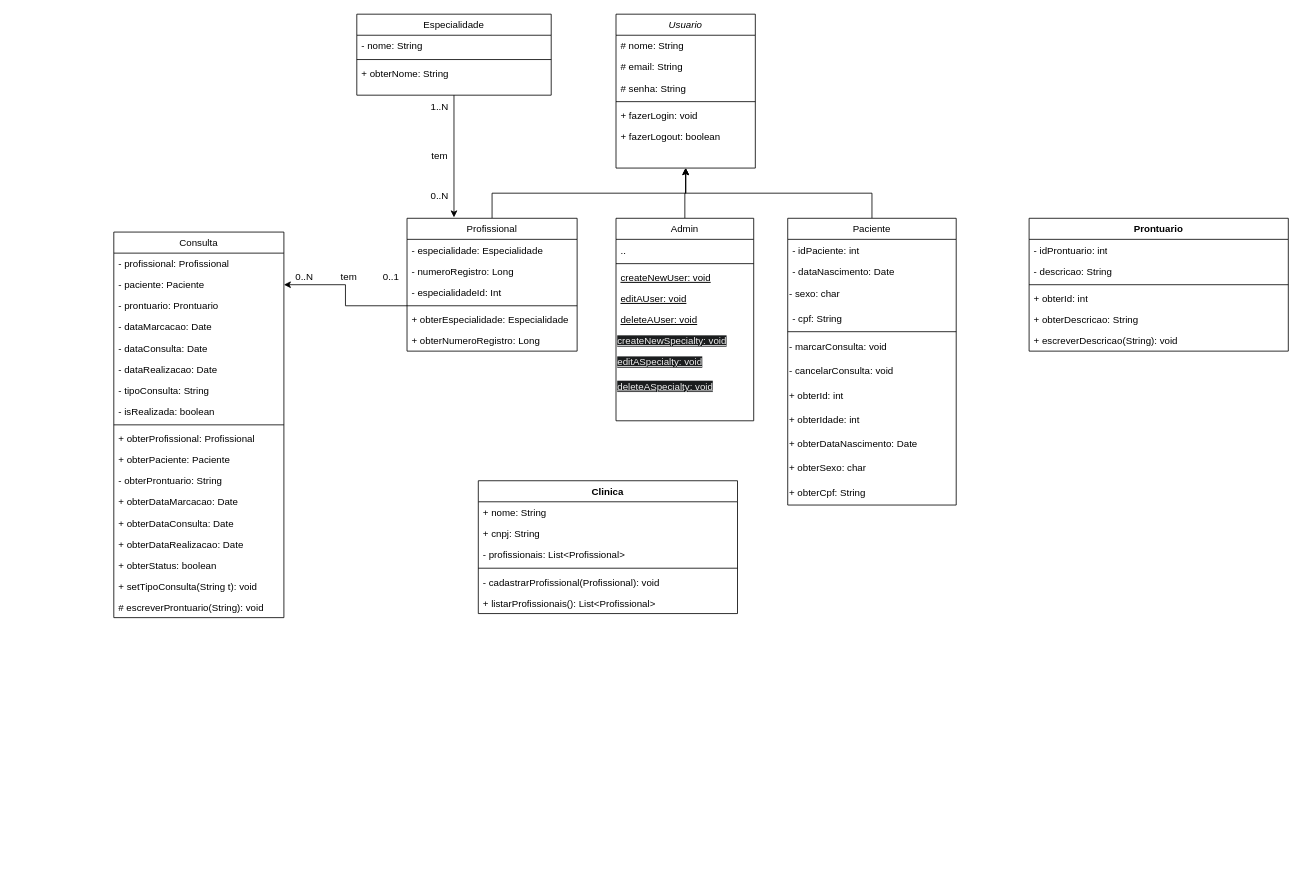
the-bugs/medcheck-backend-js keeps this draw.io diagram as doc/diagrama/medcheck.drawio. Above is the earlier version. Source tidied: cells renumbered, new cells numbered last; positions are measured from the earlier drawing's top-left corner, leaving out a move shared by most shapes. Both pictures are drawn from the tidied source at 81%, with x=0, y=0 at pixel (113, 14).
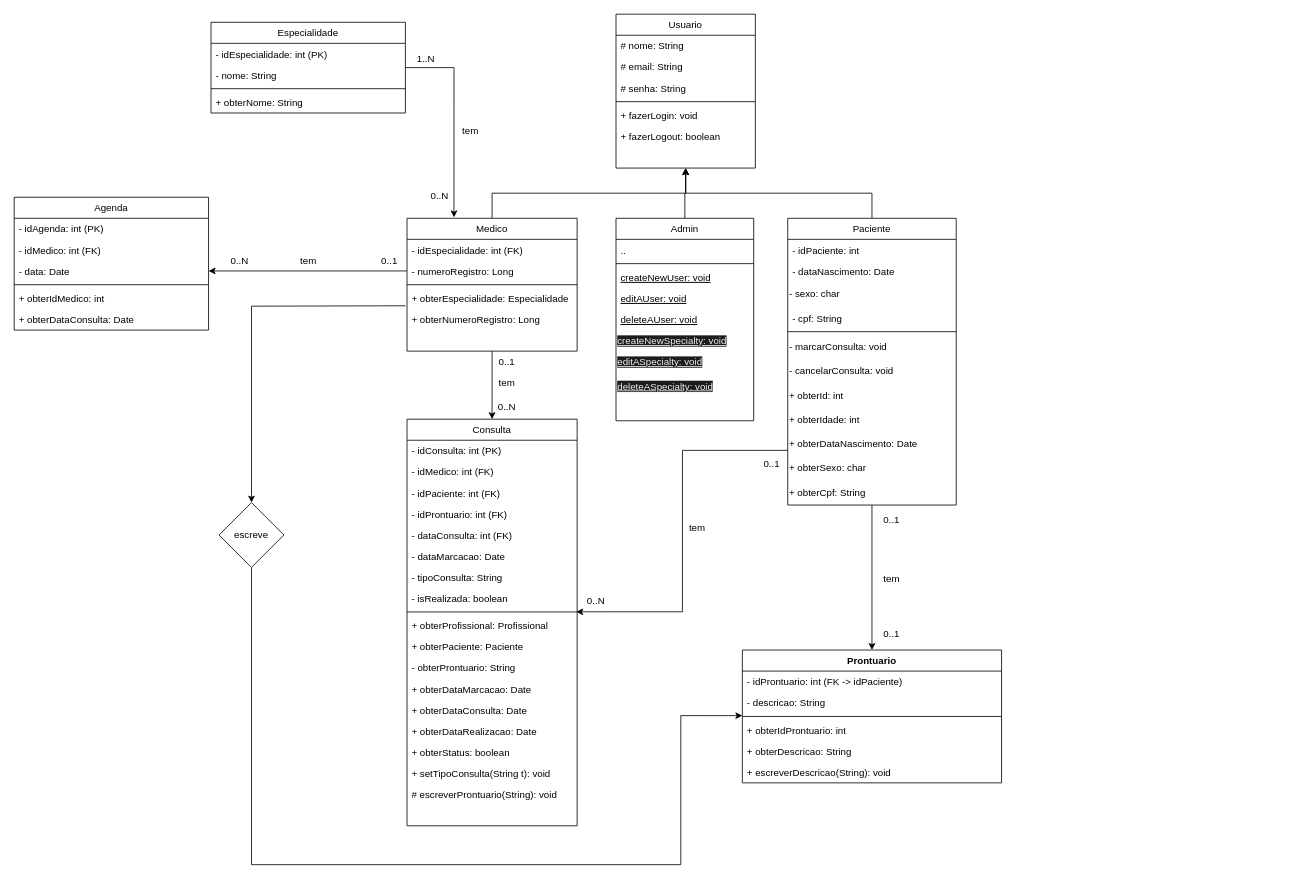
The same diagram, later.

Commit message (it also covers changes not shown here):
doc: Atualiza diagrama

The change refers to these unchanged cells:
```xml
<mxCell id="12" value="- numeroRegistro: Long" style="text;align=left;verticalAlign=top;spacingLeft=4;spacingRight=4;overflow=hidden;points=[[0,0.5],[1,0.5]];portConstraint=eastwest;" parent="10" vertex="1">
  <mxGeometry y="52" width="210" height="26" as="geometry" />
</mxCell>
<mxCell id="28" value="+ obterDataNascimento: Date" style="text;strokeColor=none;align=left;fillColor=none;html=1;verticalAlign=middle;whiteSpace=wrap;rounded=0;" parent="18" vertex="1">
  <mxGeometry y="264" width="208" height="30" as="geometry" />
</mxCell>
<mxCell id="30" value="+ obterCpf: String" style="text;strokeColor=none;align=left;fillColor=none;html=1;verticalAlign=middle;whiteSpace=wrap;rounded=0;" parent="18" vertex="1">
  <mxGeometry y="324" width="208" height="30" as="geometry" />
</mxCell>
<mxCell id="49" value="- isRealizada: boolean" style="text;align=left;verticalAlign=top;spacingLeft=4;spacingRight=4;overflow=hidden;points=[[0,0.5],[1,0.5]];portConstraint=eastwest;rounded=0;shadow=0;html=0;" parent="41" vertex="1">
  <mxGeometry y="208" width="210" height="26" as="geometry" />
</mxCell>
```

Change to the diagram source:
```diff
@@
-    <mxCell id="2" value="Usuario" style="swimlane;fontStyle=2;align=center;verticalAlign=top;horizontal=1;startSize=26;rounded=0;shadow=0;strokeWidth=1;" parent="1" vertex="1">
+    <mxCell id="2" value="Usuario" style="swimlane;fontStyle=0;align=center;verticalAlign=top;horizontal=1;startSize=26;rounded=0;shadow=0;strokeWidth=1;" parent="1" vertex="1">
       <mxGeometry x="620" width="172" height="190" as="geometry" />
     </mxCell>
@@
+    <mxCell id="86" style="edgeStyle=orthogonalEdgeStyle;rounded=0;jettySize=auto;html=1;entryX=0.5;entryY=0;entryDx=0;entryDy=0;" parent="1" edge="1" source="10" target="41">
+      <mxGeometry relative="1" as="geometry" />
+    </mxCell>
-    <mxCell id="10" value="Profissional" style="swimlane;fontStyle=0;align=center;verticalAlign=top;horizontal=1;startSize=26;rounded=0;shadow=0;strokeWidth=1;" parent="1" vertex="1">
+    <mxCell id="10" value="Medico" style="swimlane;fontStyle=0;align=center;verticalAlign=top;horizontal=1;startSize=26;rounded=0;shadow=0;strokeWidth=1;" parent="1" vertex="1">
       <mxGeometry x="362" y="252" width="210" height="164" as="geometry" />
     </mxCell>
-    <mxCell id="11" value="- especialidade: Especialidade" style="text;align=left;verticalAlign=top;spacingLeft=4;spacingRight=4;overflow=hidden;" parent="10" vertex="1">
-      <mxGeometry y="26" width="210" height="26" as="geometry" />
-    </mxCell>
+    <mxCell id="13" value="- idEspecialidade: int (FK)" style="text;align=left;verticalAlign=top;spacingLeft=4;spacingRight=4;overflow=hidden;" parent="10" vertex="1">
+      <mxGeometry y="26" width="210" height="26" as="geometry" />
+    </mxCell>
@@
-    <mxCell id="13" value="- especialidadeId: Int" style="text;align=left;verticalAlign=top;spacingLeft=4;spacingRight=4;overflow=hidden;" parent="10" vertex="1">
-      <mxGeometry y="78" width="210" height="26" as="geometry" />
-    </mxCell>
     <mxCell id="14" style="line;html=1;strokeWidth=1;align=left;verticalAlign=middle;spacingTop=-1;spacingLeft=3;spacingRight=3;labelPosition=right;points=[];portConstraint=eastwest;" parent="10" vertex="1">
-      <mxGeometry y="104" width="210" height="8" as="geometry" />
+      <mxGeometry y="78" width="210" height="8" as="geometry" />
     </mxCell>
     <mxCell id="15" value="+ obterEspecialidade: Especialidade" style="text;align=left;verticalAlign=top;spacingLeft=4;spacingRight=4;overflow=hidden;" parent="10" vertex="1">
-      <mxGeometry y="112" width="210" height="26" as="geometry" />
+      <mxGeometry y="86" width="210" height="26" as="geometry" />
     </mxCell>
     <mxCell id="16" value="+ obterNumeroRegistro: Long" style="text;align=left;verticalAlign=top;spacingLeft=4;spacingRight=4;overflow=hidden;" parent="10" vertex="1">
-      <mxGeometry y="138" width="210" height="26" as="geometry" />
+      <mxGeometry y="112" width="210" height="26" as="geometry" />
     </mxCell>
@@
     <mxCell id="41" value="Consulta" style="swimlane;fontStyle=0;align=center;verticalAlign=top;horizontal=1;startSize=26;rounded=0;shadow=0;strokeWidth=1;" parent="1" vertex="1">
-      <mxGeometry y="269" width="210" height="476" as="geometry" />
+      <mxGeometry x="362" y="500" width="210" height="502" as="geometry" />
     </mxCell>
-    <mxCell id="42" value="- profissional: Profissional" style="text;align=left;verticalAlign=top;spacingLeft=4;spacingRight=4;overflow=hidden;" parent="41" vertex="1">
+    <mxCell id="42" value="- idConsulta: int (PK)" style="text;align=left;verticalAlign=top;spacingLeft=4;spacingRight=4;overflow=hidden;" parent="41" vertex="1">
       <mxGeometry y="26" width="210" height="26" as="geometry" />
     </mxCell>
+    <mxCell id="87" value="- idMedico: int (FK)" style="text;align=left;verticalAlign=top;spacingLeft=4;spacingRight=4;overflow=hidden;rounded=0;shadow=0;html=0;" parent="41" vertex="1">
+      <mxGeometry y="52" width="210" height="26" as="geometry" />
+    </mxCell>
-    <mxCell id="43" value="- paciente: Paciente" style="text;align=left;verticalAlign=top;spacingLeft=4;spacingRight=4;overflow=hidden;points=[[0,0.5],[1,0.5]];portConstraint=eastwest;rounded=0;shadow=0;html=0;" parent="41" vertex="1">
-      <mxGeometry y="52" width="210" height="26" as="geometry" />
+    <mxCell id="43" value="- idPaciente: int (FK)" style="text;align=left;verticalAlign=top;spacingLeft=4;spacingRight=4;overflow=hidden;points=[[0,0.5],[1,0.5]];portConstraint=eastwest;rounded=0;shadow=0;html=0;" parent="41" vertex="1">
+      <mxGeometry y="78" width="210" height="26" as="geometry" />
     </mxCell>
-    <mxCell id="44" value="- prontuario: Prontuario" style="text;align=left;verticalAlign=top;spacingLeft=4;spacingRight=4;overflow=hidden;rounded=0;shadow=0;html=0;" parent="41" vertex="1">
-      <mxGeometry y="78" width="210" height="26" as="geometry" />
+    <mxCell id="44" value="- idProntuario: int (FK)" style="text;align=left;verticalAlign=top;spacingLeft=4;spacingRight=4;overflow=hidden;rounded=0;shadow=0;html=0;" parent="41" vertex="1">
+      <mxGeometry y="104" width="210" height="26" as="geometry" />
     </mxCell>
+    <mxCell id="46" value="- dataConsulta: int (FK)" style="text;align=left;verticalAlign=top;spacingLeft=4;spacingRight=4;overflow=hidden;rounded=0;shadow=0;html=0;" parent="41" vertex="1">
+      <mxGeometry y="130" width="210" height="26" as="geometry" />
+    </mxCell>
     <mxCell id="45" value="- dataMarcacao: Date" style="text;align=left;verticalAlign=top;spacingLeft=4;spacingRight=4;overflow=hidden;rounded=0;shadow=0;html=0;" parent="41" vertex="1">
-      <mxGeometry y="104" width="210" height="26" as="geometry" />
+      <mxGeometry y="156" width="210" height="26" as="geometry" />
     </mxCell>
-    <mxCell id="46" value="- dataConsulta: Date" style="text;align=left;verticalAlign=top;spacingLeft=4;spacingRight=4;overflow=hidden;rounded=0;shadow=0;html=0;" parent="41" vertex="1">
-      <mxGeometry y="130" width="210" height="26" as="geometry" />
-    </mxCell>
-    <mxCell id="47" value="- dataRealizacao: Date" style="text;align=left;verticalAlign=top;spacingLeft=4;spacingRight=4;overflow=hidden;rounded=0;shadow=0;html=0;" parent="41" vertex="1">
-      <mxGeometry y="156" width="210" height="26" as="geometry" />
-    </mxCell>
@@
     <mxCell id="61" value="Especialidade" style="swimlane;fontStyle=0;align=center;verticalAlign=top;horizontal=1;startSize=26;rounded=0;shadow=0;strokeWidth=1;" parent="1" vertex="1">
-      <mxGeometry x="300" width="240" height="100" as="geometry" />
+      <mxGeometry x="120" y="10" width="240" height="112" as="geometry" />
     </mxCell>
+    <mxCell id="88" value="- idEspecialidade: int (PK)" style="text;align=left;verticalAlign=top;spacingLeft=4;spacingRight=4;overflow=hidden;" parent="61" vertex="1">
+      <mxGeometry y="26" width="240" height="26" as="geometry" />
+    </mxCell>
     <mxCell id="62" value="- nome: String" style="text;align=left;verticalAlign=top;spacingLeft=4;spacingRight=4;overflow=hidden;" parent="61" vertex="1">
-      <mxGeometry y="26" width="240" height="26" as="geometry" />
+      <mxGeometry y="52" width="240" height="26" as="geometry" />
     </mxCell>
     <mxCell id="63" style="line;html=1;strokeWidth=1;align=left;verticalAlign=middle;spacingTop=-1;spacingLeft=3;spacingRight=3;labelPosition=right;" parent="61" vertex="1">
-      <mxGeometry y="52" width="240" height="8" as="geometry" />
+      <mxGeometry y="78" width="240" height="8" as="geometry" />
     </mxCell>
     <mxCell id="64" value="+ obterNome: String" style="text;align=left;verticalAlign=top;spacingLeft=4;spacingRight=4;overflow=hidden;" parent="61" vertex="1">
-      <mxGeometry y="60" width="240" height="26" as="geometry" />
+      <mxGeometry y="86" width="240" height="26" as="geometry" />
     </mxCell>
-    <mxCell id="65" value="Clinica" style="swimlane;fontStyle=1;align=center;verticalAlign=top;horizontal=1;startSize=26;whiteSpace=wrap;html=1;" parent="1" vertex="1">
-      <mxGeometry x="450" y="576" width="320" height="164" as="geometry" />
-    </mxCell>
-    <mxCell id="66" value="+ nome: String" style="text;strokeColor=none;fillColor=none;align=left;verticalAlign=top;spacingLeft=4;spacingRight=4;overflow=hidden;whiteSpace=wrap;html=1;" parent="65" vertex="1">
-      <mxGeometry y="26" width="320" height="26" as="geometry" />
-    </mxCell>
-    <mxCell id="67" value="+ cnpj: String" style="text;strokeColor=none;fillColor=none;align=left;verticalAlign=top;spacingLeft=4;spacingRight=4;overflow=hidden;whiteSpace=wrap;html=1;" parent="65" vertex="1">
-      <mxGeometry y="52" width="320" height="26" as="geometry" />
-    </mxCell>
-    <mxCell id="68" value="- profissionais: List&amp;lt;Profissional&amp;gt;&amp;nbsp;" style="text;strokeColor=none;fillColor=none;align=left;verticalAlign=top;spacingLeft=4;spacingRight=4;overflow=hidden;whiteSpace=wrap;html=1;" parent="65" vertex="1">
-      <mxGeometry y="78" width="320" height="26" as="geometry" />
-    </mxCell>
-    <mxCell id="69" style="line;strokeWidth=1;fillColor=none;align=left;verticalAlign=middle;spacingTop=-1;spacingLeft=3;spacingRight=3;labelPosition=right;strokeColor=inherit;" parent="65" vertex="1">
-      <mxGeometry y="104" width="320" height="8" as="geometry" />
-    </mxCell>
-    <mxCell id="70" value="- cadastrarProfissional(Profissional): void" style="text;strokeColor=none;fillColor=none;align=left;verticalAlign=top;spacingLeft=4;spacingRight=4;overflow=hidden;whiteSpace=wrap;html=1;" parent="65" vertex="1">
-      <mxGeometry y="112" width="320" height="26" as="geometry" />
-    </mxCell>
-    <mxCell id="71" value="+ listarProfissionais(): List&amp;lt;Profissional&amp;gt;" style="text;strokeColor=none;fillColor=none;align=left;verticalAlign=top;spacingLeft=4;spacingRight=4;overflow=hidden;whiteSpace=wrap;html=1;" parent="65" vertex="1">
-      <mxGeometry y="138" width="320" height="26" as="geometry" />
-    </mxCell>
     <mxCell id="72" value="tem" style="text;html=1;align=center;verticalAlign=middle;strokeColor=none;fillColor=none;" parent="1" vertex="1">
-      <mxGeometry x="382" y="160" width="40" height="30" as="geometry" />
+      <mxGeometry x="420" y="130" width="40" height="30" as="geometry" />
     </mxCell>
@@
     <mxCell id="74" value="1..N" style="text;html=1;align=center;verticalAlign=middle;strokeColor=none;fillColor=none;" parent="1" vertex="1">
-      <mxGeometry x="377" y="100" width="50" height="30" as="geometry" />
+      <mxGeometry x="360" y="40" width="50" height="30" as="geometry" />
     </mxCell>
-    <mxCell id="75" style="edgeStyle=orthogonalEdgeStyle;rounded=0;jettySize=auto;html=1;entryX=1;entryY=0.5;entryDx=0;entryDy=0;" parent="1" edge="1" source="14" target="43">
-      <mxGeometry relative="1" as="geometry" />
-    </mxCell>
-    <mxCell id="76" value="tem" style="text;html=1;align=center;verticalAlign=middle;strokeColor=none;fillColor=none;" parent="1" vertex="1">
-      <mxGeometry x="270" y="310" width="40" height="30" as="geometry" />
-    </mxCell>
-    <mxCell id="77" value="0..N" style="text;html=1;align=center;verticalAlign=middle;strokeColor=none;fillColor=none;" parent="1" vertex="1">
-      <mxGeometry x="210" y="310" width="50" height="30" as="geometry" />
-    </mxCell>
-    <mxCell id="78" value="0..1" style="text;html=1;align=center;verticalAlign=middle;strokeColor=none;fillColor=none;" parent="1" vertex="1">
-      <mxGeometry x="322" y="310" width="40" height="30" as="geometry" />
-    </mxCell>
     <mxCell id="79" value="Prontuario" style="swimlane;fontStyle=1;align=center;verticalAlign=top;horizontal=1;startSize=26;whiteSpace=wrap;html=1;" parent="1" vertex="1">
-      <mxGeometry x="1130" y="252" width="320" height="164" as="geometry" />
+      <mxGeometry x="776" y="785" width="320" height="164" as="geometry" />
     </mxCell>
-    <mxCell id="80" value="- idProntuario: int" style="text;strokeColor=none;fillColor=none;align=left;verticalAlign=top;spacingLeft=4;spacingRight=4;overflow=hidden;whiteSpace=wrap;html=1;" parent="79" vertex="1">
+    <mxCell id="80" value="- idProntuario: int (FK -&amp;gt; idPaciente)" style="text;strokeColor=none;fillColor=none;align=left;verticalAlign=top;spacingLeft=4;spacingRight=4;overflow=hidden;whiteSpace=wrap;html=1;" parent="79" vertex="1">
       <mxGeometry y="26" width="320" height="26" as="geometry" />
     </mxCell>
@@
-    <mxCell id="83" value="+ obterId: int" style="text;strokeColor=none;fillColor=none;align=left;verticalAlign=top;spacingLeft=4;spacingRight=4;overflow=hidden;points=[[0,0.5],[1,0.5]];portConstraint=eastwest;whiteSpace=wrap;html=1;" parent="79" vertex="1">
+    <mxCell id="83" value="+ obterIdProntuario: int" style="text;strokeColor=none;fillColor=none;align=left;verticalAlign=top;spacingLeft=4;spacingRight=4;overflow=hidden;points=[[0,0.5],[1,0.5]];portConstraint=eastwest;whiteSpace=wrap;html=1;" parent="79" vertex="1">
       <mxGeometry y="86" width="320" height="26" as="geometry" />
     </mxCell>
@@
+    <mxCell id="89" style="edgeStyle=orthogonalEdgeStyle;rounded=0;jettySize=auto;html=1;entryX=0.5;entryY=0;entryDx=0;entryDy=0;" parent="1" edge="1" source="30" target="79">
+      <mxGeometry relative="1" as="geometry" />
+    </mxCell>
+    <mxCell id="90" value="0..1" style="text;html=1;align=center;verticalAlign=middle;strokeColor=none;fillColor=none;" parent="1" vertex="1">
+      <mxGeometry x="940" y="610" width="40" height="30" as="geometry" />
+    </mxCell>
+    <mxCell id="91" value="tem" style="text;html=1;align=center;verticalAlign=middle;strokeColor=none;fillColor=none;" parent="1" vertex="1">
+      <mxGeometry x="940" y="683" width="40" height="30" as="geometry" />
+    </mxCell>
+    <mxCell id="92" value="0..1" style="text;html=1;align=center;verticalAlign=middle;strokeColor=none;fillColor=none;" parent="1" vertex="1">
+      <mxGeometry x="940" y="750" width="40" height="30" as="geometry" />
+    </mxCell>
+    <mxCell id="93" value="Agenda" style="swimlane;fontStyle=0;align=center;verticalAlign=top;horizontal=1;startSize=26;rounded=0;shadow=0;strokeWidth=1;" parent="1" vertex="1">
+      <mxGeometry x="-123" y="226" width="240" height="164" as="geometry" />
+    </mxCell>
+    <mxCell id="94" value="- idAgenda: int (PK)" style="text;align=left;verticalAlign=top;spacingLeft=4;spacingRight=4;overflow=hidden;" parent="93" vertex="1">
+      <mxGeometry y="26" width="240" height="26" as="geometry" />
+    </mxCell>
+    <mxCell id="95" value="- idMedico: int (FK)" style="text;align=left;verticalAlign=top;spacingLeft=4;spacingRight=4;overflow=hidden;" parent="93" vertex="1">
+      <mxGeometry y="52" width="240" height="26" as="geometry" />
+    </mxCell>
+    <mxCell id="96" value="- data: Date" style="text;align=left;verticalAlign=top;spacingLeft=4;spacingRight=4;overflow=hidden;points=[[0,0.5],[1,0.5]];portConstraint=eastwest;" parent="93" vertex="1">
+      <mxGeometry y="78" width="240" height="26" as="geometry" />
+    </mxCell>
+    <mxCell id="97" style="line;html=1;strokeWidth=1;align=left;verticalAlign=middle;spacingTop=-1;spacingLeft=3;spacingRight=3;labelPosition=right;" parent="93" vertex="1">
+      <mxGeometry y="104" width="240" height="8" as="geometry" />
+    </mxCell>
+    <mxCell id="98" value="+ obterIdMedico: int&#10;" style="text;align=left;verticalAlign=top;spacingLeft=4;spacingRight=4;overflow=hidden;" parent="93" vertex="1">
+      <mxGeometry y="112" width="240" height="26" as="geometry" />
+    </mxCell>
+    <mxCell id="99" value="+ obterDataConsulta: Date&#10;" style="text;align=left;verticalAlign=top;spacingLeft=4;spacingRight=4;overflow=hidden;" parent="93" vertex="1">
+      <mxGeometry y="138" width="240" height="26" as="geometry" />
+    </mxCell>
+    <mxCell id="100" style="edgeStyle=orthogonalEdgeStyle;rounded=0;jettySize=auto;html=1;entryX=1;entryY=0.5;entryDx=0;entryDy=0;" parent="1" edge="1" source="12" target="96">
+      <mxGeometry relative="1" as="geometry" />
+    </mxCell>
+    <mxCell id="101" value="0..N" style="text;html=1;align=center;verticalAlign=middle;strokeColor=none;fillColor=none;" parent="1" vertex="1">
+      <mxGeometry x="130" y="290" width="50" height="30" as="geometry" />
+    </mxCell>
+    <mxCell id="102" value="tem" style="text;html=1;align=center;verticalAlign=middle;strokeColor=none;fillColor=none;" parent="1" vertex="1">
+      <mxGeometry x="220" y="290" width="40" height="30" as="geometry" />
+    </mxCell>
+    <mxCell id="103" value="0..1" style="text;html=1;align=center;verticalAlign=middle;strokeColor=none;fillColor=none;" parent="1" vertex="1">
+      <mxGeometry x="320" y="290" width="40" height="30" as="geometry" />
+    </mxCell>
+    <mxCell id="104" style="edgeStyle=orthogonalEdgeStyle;rounded=0;jettySize=auto;html=1;entryX=0.995;entryY=1.147;entryDx=0;entryDy=0;entryPerimeter=0;exitX=0;exitY=0.75;exitDx=0;exitDy=0;" parent="1" edge="1" source="28" target="49">
+      <mxGeometry relative="1" as="geometry" />
+    </mxCell>
+    <mxCell id="105" value="0..N" style="text;html=1;align=center;verticalAlign=middle;strokeColor=none;fillColor=none;" parent="1" vertex="1">
+      <mxGeometry x="460" y="470" width="50" height="30" as="geometry" />
+    </mxCell>
+    <mxCell id="106" value="tem" style="text;html=1;align=center;verticalAlign=middle;strokeColor=none;fillColor=none;" parent="1" vertex="1">
+      <mxGeometry x="465" y="440" width="40" height="30" as="geometry" />
+    </mxCell>
+    <mxCell id="107" value="0..1" style="text;html=1;align=center;verticalAlign=middle;strokeColor=none;fillColor=none;" parent="1" vertex="1">
+      <mxGeometry x="465" y="414" width="40" height="30" as="geometry" />
+    </mxCell>
+    <mxCell id="108" value="0..N" style="text;html=1;align=center;verticalAlign=middle;strokeColor=none;fillColor=none;" parent="1" vertex="1">
+      <mxGeometry x="570" y="710" width="50" height="30" as="geometry" />
+    </mxCell>
+    <mxCell id="109" value="0..1" style="text;html=1;align=center;verticalAlign=middle;strokeColor=none;fillColor=none;" parent="1" vertex="1">
+      <mxGeometry x="792" y="540" width="40" height="30" as="geometry" />
+    </mxCell>
+    <mxCell id="110" value="tem" style="text;html=1;align=center;verticalAlign=middle;strokeColor=none;fillColor=none;" parent="1" vertex="1">
+      <mxGeometry x="700" y="620" width="40" height="30" as="geometry" />
+    </mxCell>
+    <mxCell id="111" style="edgeStyle=orthogonalEdgeStyle;rounded=0;jettySize=auto;html=1;entryX=0;entryY=-0.192;entryDx=0;entryDy=0;entryPerimeter=0;exitX=0.5;exitY=1;exitDx=0;exitDy=0;" parent="1" edge="1" source="112" target="83">
+      <mxGeometry relative="1" as="geometry">
+        <Array as="points">
+          <mxPoint x="170" y="690" />
+          <mxPoint x="170" y="1050" />
+          <mxPoint x="700" y="1050" />
+          <mxPoint x="700" y="866" />
+        </Array>
+      </mxGeometry>
+    </mxCell>
+    <mxCell id="112" value="escreve" style="rhombus;whiteSpace=wrap;html=1;" parent="1" vertex="1">
+      <mxGeometry x="130" y="603" width="80" height="80" as="geometry" />
+    </mxCell>
+    <mxCell id="113" style="edgeStyle=orthogonalEdgeStyle;rounded=0;jettySize=auto;html=1;entryX=0.5;entryY=0;entryDx=0;entryDy=0;" parent="1" edge="1" target="112">
+      <mxGeometry relative="1" as="geometry">
+        <mxPoint x="360" y="360" as="sourcePoint" />
+      </mxGeometry>
+    </mxCell>
```
